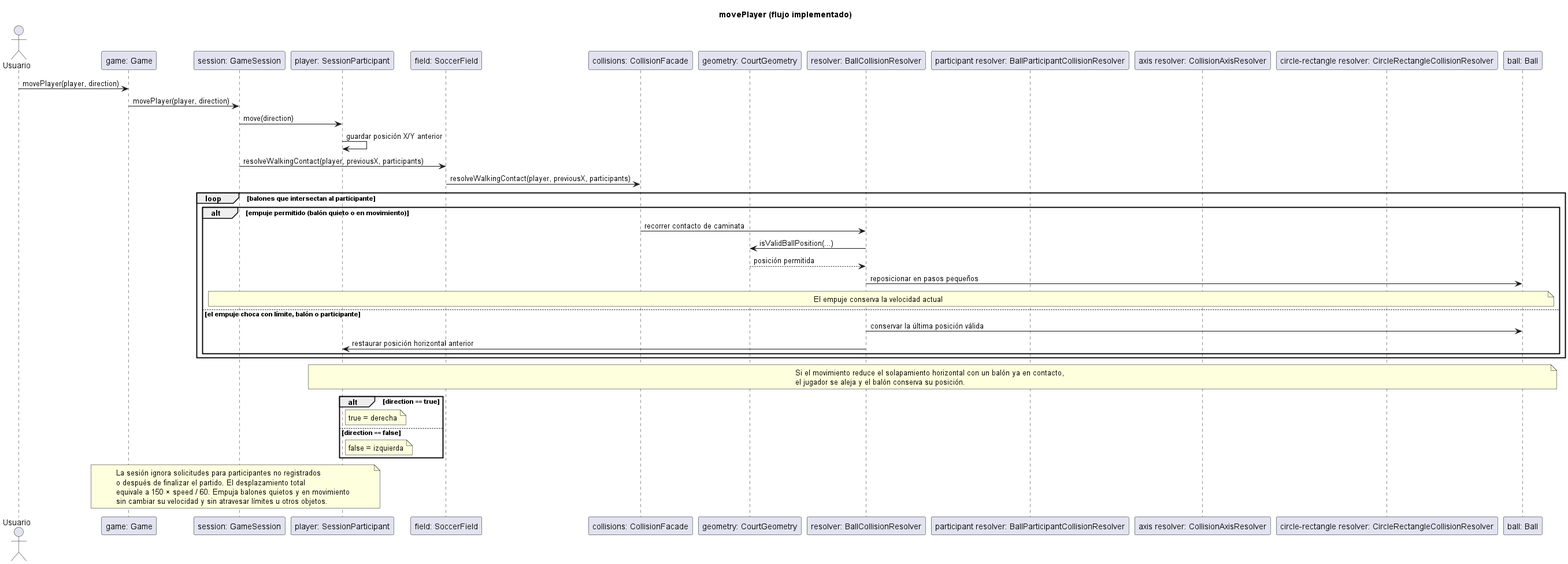
Above: docs/uml/capturas/domain-sequences_002.png in PaglkG/ProyectoFinal-Dopo (PlantUML), before the change.
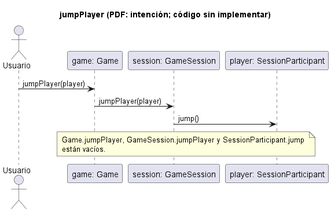
Later version of the same file.

Change to the diagram source:
```diff
@@ -1,48 +1,14 @@
 @startuml
-title movePlayer (flujo implementado)
+title jumpPlayer (PDF: intención; código sin implementar)
 actor Usuario
 participant "game: Game" as G
 participant "session: GameSession" as S
 participant "player: SessionParticipant" as P
-participant "field: SoccerField" as F
-participant "collisions: CollisionFacade" as C
-participant "geometry: CourtGeometry" as CG
-participant "resolver: BallCollisionResolver" as BR
-participant "participant resolver: BallParticipantCollisionResolver" as PR
-participant "axis resolver: CollisionAxisResolver" as AR
-participant "circle-rectangle resolver: CircleRectangleCollisionResolver" as CR
-participant "ball: Ball" as B
-Usuario -> G: movePlayer(player, direction)
-G -> S: movePlayer(player, direction)
-S -> P: move(direction)
-P -> P: guardar posición X/Y anterior
-S -> F: resolveWalkingContact(player, previousX, participants)
-F -> C: resolveWalkingContact(player, previousX, participants)
-loop balones que intersectan al participante
-  alt empuje permitido (balón quieto o en movimiento)
-    C -> BR: recorrer contacto de caminata
-    BR -> CG: isValidBallPosition(...)
-    CG --> BR: posición permitida
-    BR -> B: reposicionar en pasos pequeños
-    note over S,B: El empuje conserva la velocidad actual
-  else el empuje choca con límite, balón o participante
-    BR -> B: conservar la última posición válida
-    BR -> P: restaurar posición horizontal anterior
-  end
-end
-note over P,B
-  Si el movimiento reduce el solapamiento horizontal con un balón ya en contacto,
-  el jugador se aleja y el balón conserva su posición.
-end note
-alt direction == true
-  note right of P: true = derecha
-else direction == false
-  note right of P: false = izquierda
-end
+Usuario -> G: jumpPlayer(player)
+G -> S: jumpPlayer(player)
+S -> P: jump()
 note over G,P
-  La sesión ignora solicitudes para participantes no registrados
-  o después de finalizar el partido. El desplazamiento total
-  equivale a 150 × speed / 60. Empuja balones quietos y en movimiento
-  sin cambiar su velocidad y sin atravesar límites u otros objetos.
+  Game.jumpPlayer, GameSession.jumpPlayer y SessionParticipant.jump
+  están vacíos.
 end note
 @enduml
```
